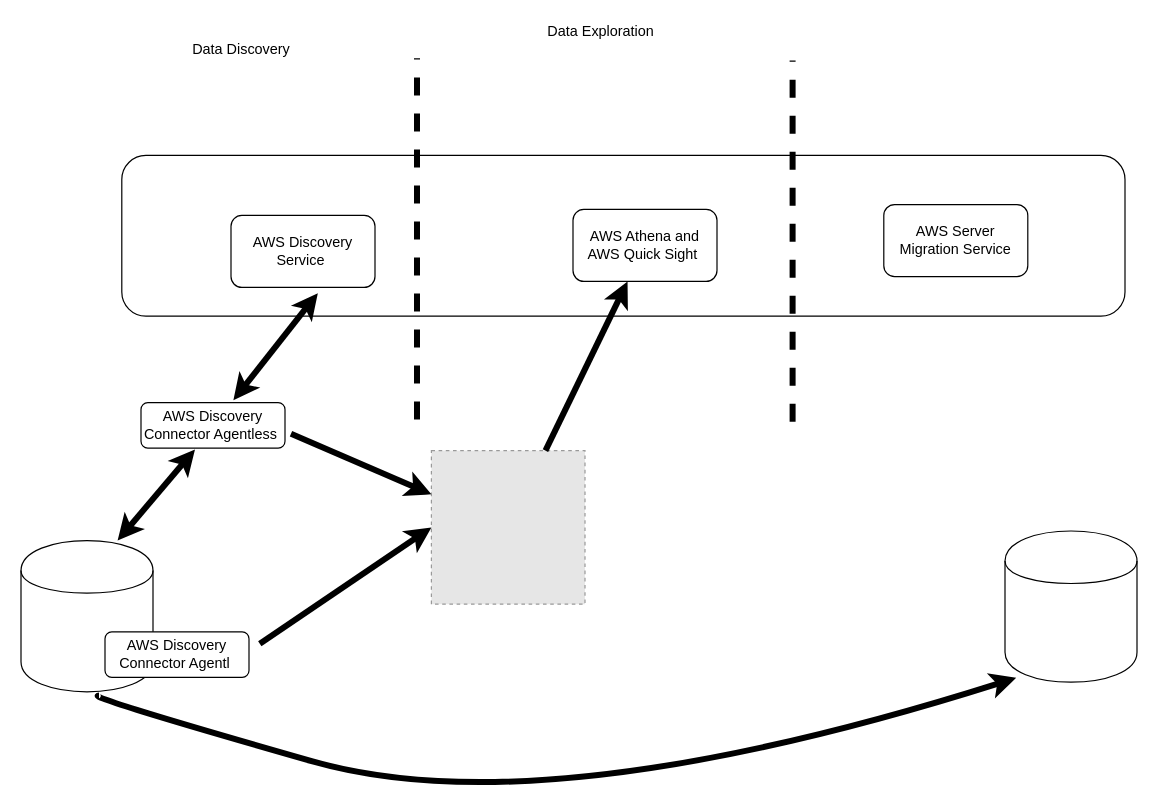
This is AWSDataMigration.drawio from kaustavdassoa/Diagrams, a draw.io file, before an edit. Source tidied: cells renumbered, new cells numbered last; positions are measured from the earlier drawing's top-left corner, leaving out a move shared by most shapes. Both pictures are drawn from the tidied source at 120%, with x=0, y=0 at pixel (20, 20). Pictures stored in the file or linked from it are replaced by grey dashed boxes.
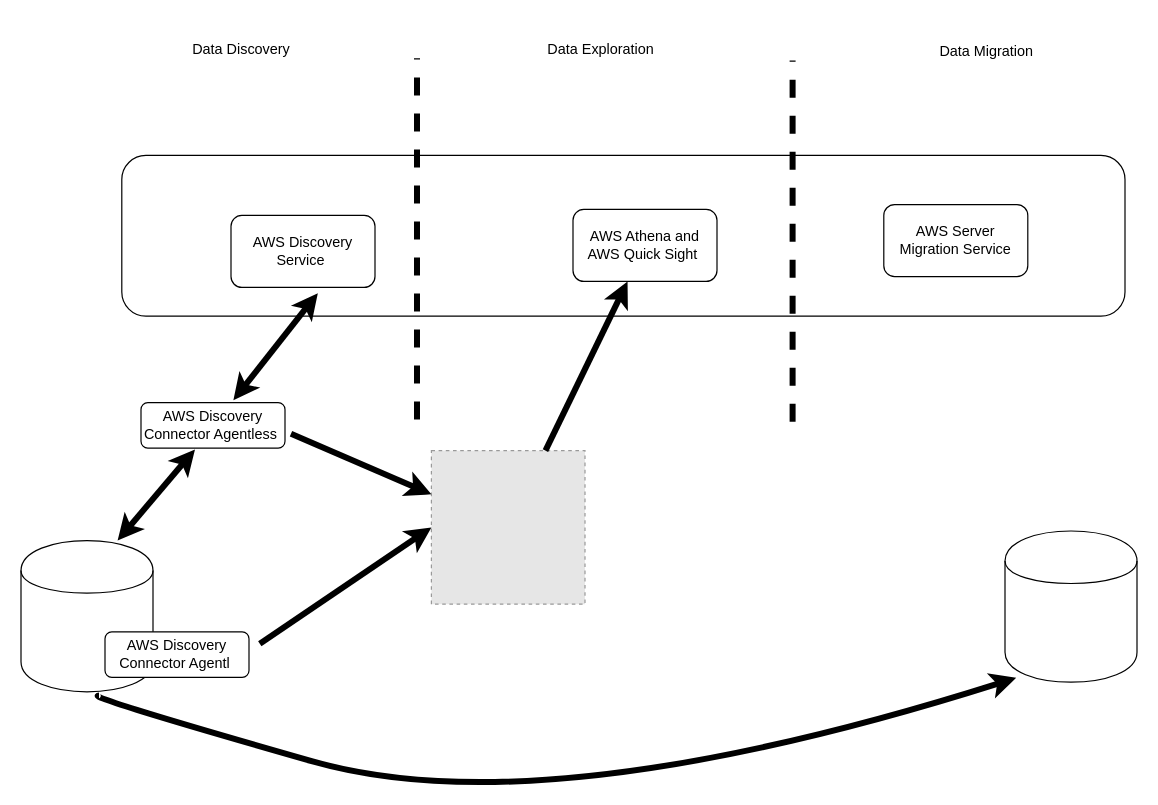
The same diagram, later.

What changed in the source:
```diff
@@
     <mxCell id="20" value="Data Exploration" style="text;html=1;align=center;verticalAlign=middle;" parent="1" vertex="1">
-      <mxGeometry x="433" width="99" height="18" as="geometry" />
+      <mxGeometry x="433" y="15" width="99" height="18" as="geometry" />
     </mxCell>
+    <mxCell id="21" value="Data Migration&amp;nbsp;" style="text;html=1;align=center;verticalAlign=middle;" parent="1" vertex="1">
+      <mxGeometry x="760" y="17" width="92" height="18" as="geometry" />
+    </mxCell>
```
